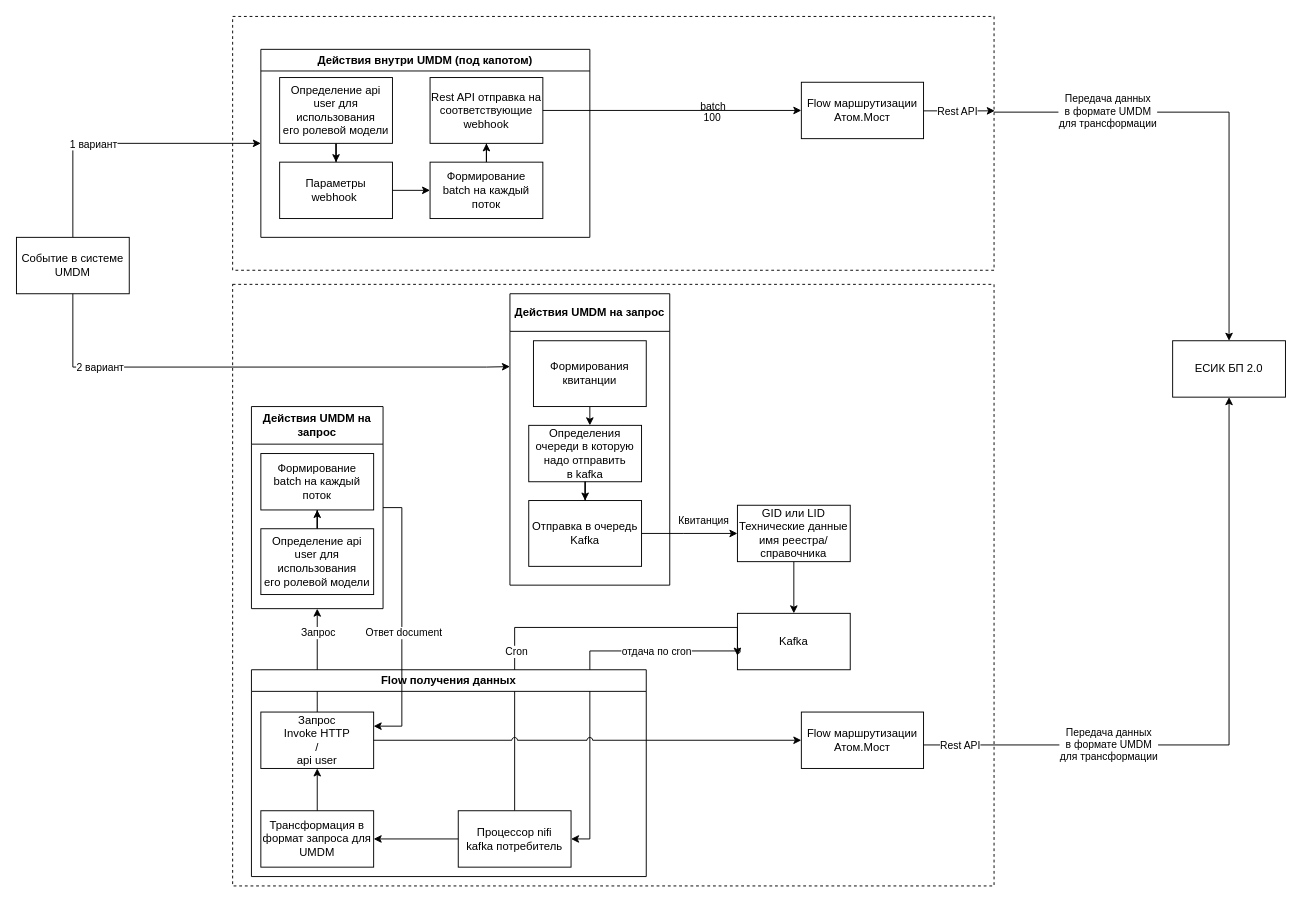
Above: Варианты отправки.drawio in Grin5/drawIo (draw.io), before the change. Source tidied: cells renumbered, new cells numbered last; positions are measured from the earlier drawing's top-left corner, leaving out a move shared by most shapes. Both pictures are drawn from the tidied source at 94%, with x=0, y=0 at pixel (16, 16).
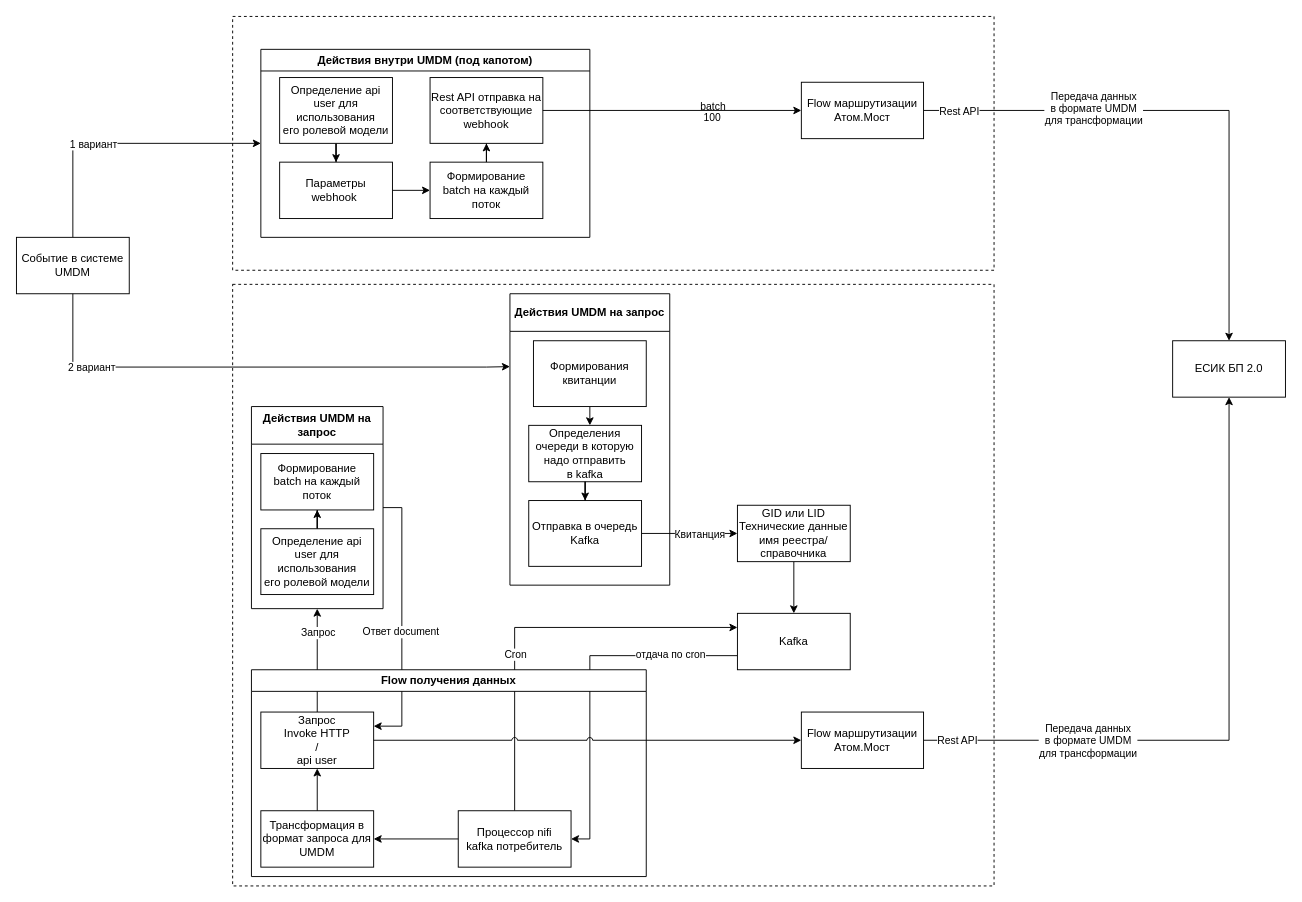
Above is the later version.

Unchanged cells that the change refers to:
```xml
<mxCell id="4" style="rounded=0;whiteSpace=wrap;html=1;dashed=1;" parent="1" vertex="1">
  <mxGeometry x="230" width="810" height="270" as="geometry" />
</mxCell>
<mxCell id="8" value="Flow маршрутизации&lt;br&gt;Атом.Мост" style="rounded=0;whiteSpace=wrap;html=1;" parent="1" vertex="1">
  <mxGeometry x="835" y="70" width="130" height="60" as="geometry" />
</mxCell>
<mxCell id="9" style="edgeStyle=orthogonalEdgeStyle;rounded=0;jettySize=auto;html=1;exitX=1;exitY=0.5;exitDx=0;exitDy=0;" parent="1" edge="1" source="55" target="14">
  <mxGeometry relative="1" as="geometry">
    <Array as="points">
      <mxPoint x="710" y="550" />
      <mxPoint x="710" y="550" />
    </Array>
  </mxGeometry>
</mxCell>
<mxCell id="11" style="edgeStyle=orthogonalEdgeStyle;rounded=0;jettySize=auto;html=1;entryX=0;entryY=0.25;entryDx=0;entryDy=0;" parent="1" edge="1" source="7" target="54">
  <mxGeometry relative="1" as="geometry">
    <Array as="points">
      <mxPoint x="60" y="373" />
      <mxPoint x="500" y="373" />
    </Array>
  </mxGeometry>
</mxCell>
<mxCell id="16" value="Kafka" style="rounded=0;whiteSpace=wrap;html=1;" parent="1" vertex="1">
  <mxGeometry x="767" y="635" width="120" height="60" as="geometry" />
</mxCell>
<mxCell id="21" value="ЕСИК БП 2.0" style="rounded=0;whiteSpace=wrap;html=1;" parent="1" vertex="1">
  <mxGeometry x="1230" y="345" width="120" height="60" as="geometry" />
</mxCell>
<mxCell id="22" value="Flow маршрутизации&lt;br&gt;Атом.Мост" style="rounded=0;whiteSpace=wrap;html=1;" parent="1" vertex="1">
  <mxGeometry x="835" y="740" width="130" height="60" as="geometry" />
</mxCell>
<mxCell id="40" value="Действия UMDM на запрос" style="swimlane;whiteSpace=wrap;html=1;startSize=40;" parent="1" vertex="1">
  <mxGeometry x="250" y="415" width="140" height="215" as="geometry" />
</mxCell>
<mxCell id="42" value="Запрос&lt;br&gt;Invoke HTTP&lt;br&gt;/&lt;br&gt;api user" style="rounded=0;whiteSpace=wrap;html=1;" parent="41" vertex="1">
  <mxGeometry x="10" y="45" width="120" height="60" as="geometry" />
</mxCell>
<mxCell id="43" value="Процессор nifi&lt;br&gt;kafka потребитель" style="rounded=0;whiteSpace=wrap;html=1;" parent="41" vertex="1">
  <mxGeometry x="220" y="150" width="120" height="60" as="geometry" />
</mxCell>
```

What changed in the source:
```diff
@@
-    <mxCell id="3" style="edgeStyle=orthogonalEdgeStyle;rounded=0;jettySize=auto;html=1;entryX=0.5;entryY=0;entryDx=0;entryDy=0;exitX=1;exitY=0.377;exitDx=0;exitDy=0;exitPerimeter=0;" parent="1" edge="1" source="4" target="21">
-      <mxGeometry relative="1" as="geometry" />
-    </mxCell>
@@
+    <mxCell id="60" style="edgeStyle=orthogonalEdgeStyle;rounded=0;jettySize=auto;html=1;" parent="1" edge="1" source="8" target="21">
+      <mxGeometry relative="1" as="geometry" />
+    </mxCell>
+    <mxCell id="61" value="Передача данных&lt;br&gt;в формате UMDM&lt;br&gt;для трансформации" style="edgeLabel;html=1;align=center;verticalAlign=middle;" parent="60" vertex="1">
+      <mxGeometry x="-0.37" y="3" relative="1" as="geometry" />
+    </mxCell>
+    <mxCell id="62" value="Rest API" style="edgeLabel;html=1;align=center;verticalAlign=middle;" parent="60" vertex="1">
+      <mxGeometry x="-0.87" relative="1" as="geometry" />
+    </mxCell>
@@
     <mxCell id="10" value="Квитанция" style="edgeLabel;html=1;align=center;verticalAlign=middle;" parent="9" vertex="1">
       <mxGeometry x="-0.13" y="-2" relative="1" as="geometry">
-        <mxPoint x="21" y="-17" as="offset" />
+        <mxPoint x="17" y="-2" as="offset" />
       </mxGeometry>
     </mxCell>
@@
     <mxCell id="12" value="2 вариант" style="edgeLabel;html=1;align=center;verticalAlign=middle;" parent="11" vertex="1">
       <mxGeometry x="-0.3" relative="1" as="geometry">
-        <mxPoint x="-84" as="offset" />
+        <mxPoint x="-93" as="offset" />
       </mxGeometry>
     </mxCell>
@@
-    <mxCell id="15" style="edgeStyle=orthogonalEdgeStyle;rounded=0;jettySize=auto;html=1;entryX=1;entryY=0.5;entryDx=0;entryDy=0;" parent="1" edge="1" source="16" target="43">
+    <mxCell id="15" style="edgeStyle=orthogonalEdgeStyle;rounded=0;jettySize=auto;html=1;entryX=1;entryY=0.5;entryDx=0;entryDy=0;exitX=0;exitY=0.75;exitDx=0;exitDy=0;" parent="1" edge="1" source="16" target="43">
       <mxGeometry relative="1" as="geometry">
         <Array as="points">
-          <mxPoint x="610" y="675" />
+          <mxPoint x="610" y="680" />
           <mxPoint x="610" y="875" />
         </Array>
       </mxGeometry>
     </mxCell>
@@
-    <mxCell id="17" style="edgeStyle=orthogonalEdgeStyle;rounded=0;jettySize=auto;html=1;entryX=0;entryY=0.75;entryDx=0;entryDy=0;exitX=0.5;exitY=0;exitDx=0;exitDy=0;jumpStyle=arc;" parent="1" edge="1" source="43" target="16">
+    <mxCell id="17" style="edgeStyle=orthogonalEdgeStyle;rounded=0;jettySize=auto;html=1;entryX=0;entryY=0.25;entryDx=0;entryDy=0;exitX=0.5;exitY=0;exitDx=0;exitDy=0;jumpStyle=arc;" parent="1" edge="1" source="43" target="16">
       <mxGeometry relative="1" as="geometry">
         <Array as="points">
           <mxPoint x="530" y="650" />
         </Array>
       </mxGeometry>
     </mxCell>
     <mxCell id="18" value="Cron" style="edgeLabel;html=1;align=center;verticalAlign=middle;" parent="17" vertex="1">
       <mxGeometry x="-0.1" y="-1" relative="1" as="geometry">
-        <mxPoint x="-12" y="24" as="offset" />
+        <mxPoint x="-1" y="27" as="offset" />
       </mxGeometry>
     </mxCell>
@@
+    <mxCell id="36" style="edgeStyle=orthogonalEdgeStyle;rounded=0;jettySize=auto;html=1;exitX=1;exitY=0.5;exitDx=0;exitDy=0;entryX=0.5;entryY=1;entryDx=0;entryDy=0;" parent="1" edge="1" source="22" target="21">
+      <mxGeometry relative="1" as="geometry" />
+    </mxCell>
+    <mxCell id="63" value="Передача данных&lt;br&gt;в формате UMDM&lt;br&gt;для трансформации" style="edgeLabel;html=1;align=center;verticalAlign=middle;" parent="36" vertex="1">
+      <mxGeometry x="-0.42" relative="1" as="geometry">
+        <mxPoint x="-26" as="offset" />
+      </mxGeometry>
+    </mxCell>
+    <mxCell id="64" value="Rest API" style="edgeLabel;html=1;align=center;verticalAlign=middle;" parent="36" vertex="1">
+      <mxGeometry x="-0.91" y="1" relative="1" as="geometry">
+        <mxPoint x="4" as="offset" />
+      </mxGeometry>
+    </mxCell>
@@
-    <mxCell id="34" value="Передача данных&lt;br&gt;в формате UMDM&lt;br&gt;для трансформации" style="edgeLabel;html=1;align=center;verticalAlign=middle;" parent="1" vertex="1">
-      <mxGeometry x="1160" y="100" as="geometry" />
-    </mxCell>
-    <mxCell id="35" style="edgeStyle=orthogonalEdgeStyle;rounded=0;jettySize=auto;html=1;entryX=1.001;entryY=0.372;entryDx=0;entryDy=0;entryPerimeter=0;" parent="1" edge="1" source="8" target="4">
-      <mxGeometry relative="1" as="geometry">
-        <Array as="points">
-          <mxPoint x="860" y="100" />
-        </Array>
-      </mxGeometry>
-    </mxCell>
-    <mxCell id="36" style="edgeStyle=orthogonalEdgeStyle;rounded=0;jettySize=auto;html=1;entryX=0.5;entryY=1;entryDx=0;entryDy=0;" parent="1" edge="1" source="22" target="21">
-      <mxGeometry relative="1" as="geometry">
-        <Array as="points">
-          <mxPoint x="1290" y="775" />
-        </Array>
-      </mxGeometry>
-    </mxCell>
-    <mxCell id="37" value="Rest API" style="edgeLabel;html=1;align=center;verticalAlign=middle;" parent="36" vertex="1">
-      <mxGeometry x="-0.15" y="2" relative="1" as="geometry">
-        <mxPoint x="-257" y="2" as="offset" />
-      </mxGeometry>
-    </mxCell>
-    <mxCell id="38" value="Передача данных&lt;br&gt;в формате UMDM&lt;br&gt;для трансформации" style="edgeLabel;html=1;align=center;verticalAlign=middle;" parent="36" vertex="1">
-      <mxGeometry x="-0.11" y="1" relative="1" as="geometry">
-        <mxPoint x="-113" as="offset" />
-      </mxGeometry>
-    </mxCell>
-    <mxCell id="39" value="Rest API" style="edgeLabel;html=1;align=center;verticalAlign=middle;" parent="1" vertex="1">
-      <mxGeometry x="1000" y="100" as="geometry" />
-    </mxCell>
+    <mxCell id="50" style="edgeStyle=orthogonalEdgeStyle;rounded=0;jettySize=auto;html=1;exitX=1;exitY=0.5;exitDx=0;exitDy=0;entryX=1;entryY=0.25;entryDx=0;entryDy=0;" parent="1" edge="1" source="40" target="42">
+      <mxGeometry relative="1" as="geometry" />
+    </mxCell>
+    <mxCell id="51" value="Ответ document" style="edgeLabel;html=1;align=center;verticalAlign=middle;" parent="50" vertex="1">
+      <mxGeometry x="0.05" y="-1" relative="1" as="geometry">
+        <mxPoint x="-1" y="4" as="offset" />
+      </mxGeometry>
+    </mxCell>
@@
-    <mxCell id="50" style="edgeStyle=orthogonalEdgeStyle;rounded=0;jettySize=auto;html=1;exitX=1;exitY=0.5;exitDx=0;exitDy=0;entryX=1;entryY=0.25;entryDx=0;entryDy=0;" parent="1" edge="1" source="40" target="42">
-      <mxGeometry relative="1" as="geometry" />
-    </mxCell>
-    <mxCell id="51" value="Ответ document" style="edgeLabel;html=1;align=center;verticalAlign=middle;" parent="50" vertex="1">
-      <mxGeometry y="1" relative="1" as="geometry">
-        <mxPoint y="12" as="offset" />
-      </mxGeometry>
-    </mxCell>
     <mxCell id="52" value="отдача по cron" style="edgeLabel;html=1;align=center;verticalAlign=middle;" parent="1" vertex="1">
-      <mxGeometry x="680" y="675" as="geometry" />
+      <mxGeometry x="695" y="678" as="geometry" />
     </mxCell>
```
